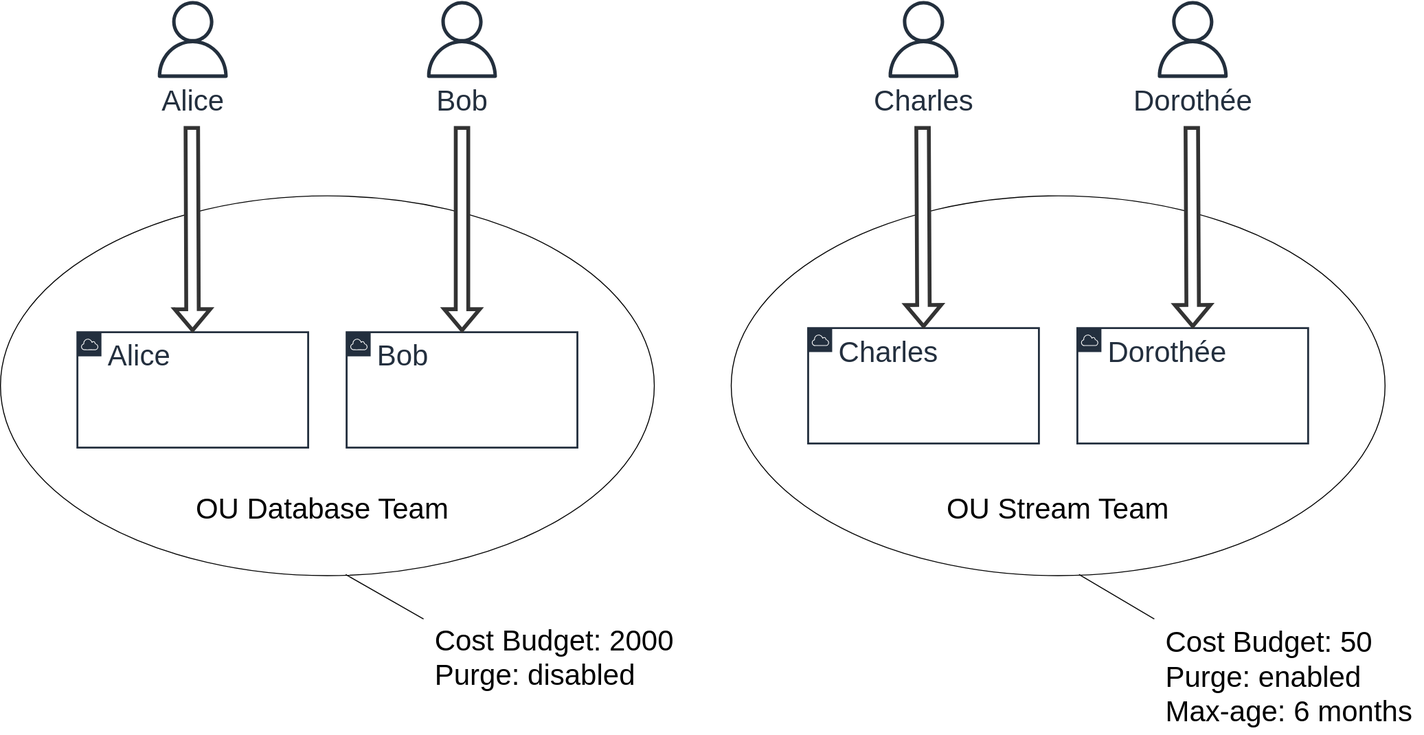
Before: media/organizational-units.svg, a diagram exported from draw.io (reply-fr/sustainable-personal-accounts). Source tidied: cells renumbered, new cells last; positions are measured from the earlier drawing's top-left corner, leaving out a move shared by most shapes.
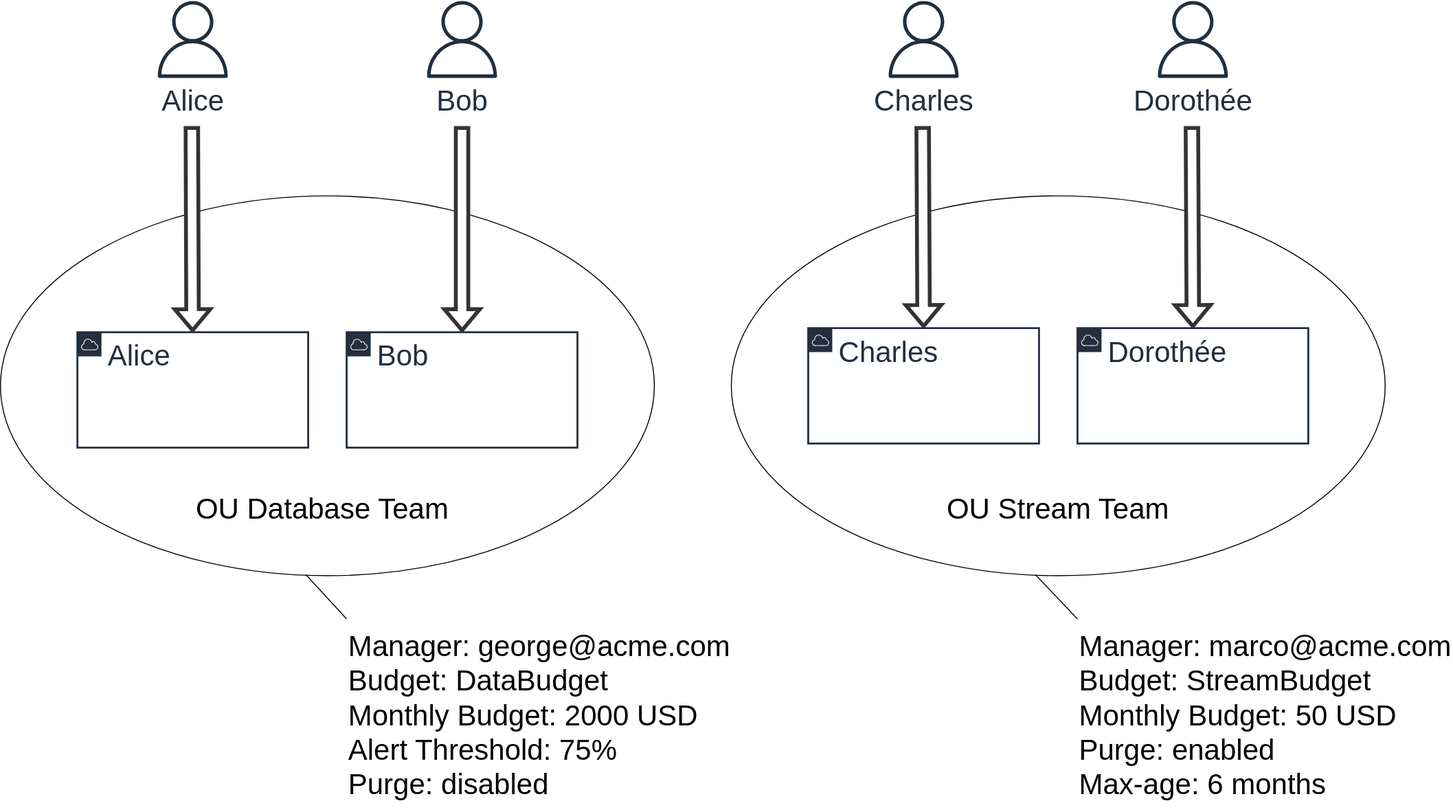
The same diagram one commit later.

Commit message:
enhance diagram on settings per organizational unit

What changed in the source:
```diff
@@ -58,10 +58,8 @@
         <mxPoint x="1239" y="130.3" as="sourcePoint" />
       </mxGeometry>
     </mxCell>
-    <mxCell id="18" style="endArrow=none;html=1;rounded=0;entryX=0.532;entryY=0.997;entryDx=0;entryDy=0;entryPerimeter=0;" parent="1" edge="1" target="2">
-      <mxGeometry relative="1" as="geometry">
-        <mxPoint x="1200" y="643" as="sourcePoint" />
-      </mxGeometry>
+    <mxCell id="18" style="endArrow=none;html=1;rounded=0;entryX=0.465;entryY=0.997;entryDx=0;entryDy=0;entryPerimeter=0;exitX=0;exitY=0;exitDx=0;exitDy=0;" parent="1" edge="1" source="22" target="2">
+      <mxGeometry relative="1" as="geometry" />
     </mxCell>
     <mxCell id="19" value="OU Database Team" style="text;html=1;strokeColor=none;fillColor=none;align=center;verticalAlign=middle;whiteSpace=wrap;rounded=0;fontSize=30;" parent="1" vertex="1">
       <mxGeometry x="160" y="513" width="350" height="30" as="geometry" />
@@ -69,15 +67,15 @@
     <mxCell id="20" value="OU Stream Team" style="text;html=1;strokeColor=none;fillColor=none;align=center;verticalAlign=middle;whiteSpace=wrap;rounded=0;fontSize=30;" parent="1" vertex="1">
       <mxGeometry x="925" y="513" width="350" height="30" as="geometry" />
     </mxCell>
-    <mxCell id="21" value="Cost Budget: 2000&lt;br&gt;Purge: disabled" style="text;html=1;strokeColor=none;fillColor=none;align=left;verticalAlign=middle;whiteSpace=wrap;rounded=0;fontSize=30;" parent="1" vertex="1">
-      <mxGeometry x="450" y="643" width="310" height="80" as="geometry" />
+    <mxCell id="21" value="Manager: george@acme.com&lt;br&gt;Budget: DataBudget&lt;br&gt;Monthly Budget: 2000&amp;nbsp;USD&lt;br&gt;Alert Threshold: 75%&lt;br&gt;Purge: disabled" style="text;html=1;strokeColor=none;fillColor=none;align=left;verticalAlign=middle;whiteSpace=wrap;rounded=0;fontSize=30;" parent="1" vertex="1">
+      <mxGeometry x="360" y="643" width="520" height="200" as="geometry" />
     </mxCell>
-    <mxCell id="22" value="Cost Budget: 50&lt;br&gt;Purge: enabled&lt;br&gt;Max-age: 6 months" style="text;html=1;strokeColor=none;fillColor=none;align=left;verticalAlign=middle;whiteSpace=wrap;rounded=0;fontSize=30;" parent="1" vertex="1">
-      <mxGeometry x="1210" y="643" width="270" height="120" as="geometry" />
+    <mxCell id="22" value="Manager: marco@acme.com&lt;br&gt;Budget: StreamBudget&lt;br&gt;Monthly Budget: 50 USD&lt;br&gt;Purge: enabled&lt;br&gt;Max-age: 6 months" style="text;html=1;strokeColor=none;fillColor=none;align=left;verticalAlign=middle;whiteSpace=wrap;rounded=0;fontSize=30;" parent="1" vertex="1">
+      <mxGeometry x="1120" y="643" width="390" height="200" as="geometry" />
     </mxCell>
-    <mxCell id="23" style="endArrow=none;html=1;rounded=0;entryX=0.528;entryY=0.997;entryDx=0;entryDy=0;entryPerimeter=0;" parent="1" edge="1" target="3">
+    <mxCell id="23" style="endArrow=none;html=1;rounded=0;entryX=0.467;entryY=0.997;entryDx=0;entryDy=0;entryPerimeter=0;" parent="1" edge="1" target="3">
       <mxGeometry relative="1" as="geometry">
-        <mxPoint x="440" y="643" as="sourcePoint" />
+        <mxPoint x="360" y="643" as="sourcePoint" />
       </mxGeometry>
     </mxCell>
   </root>
```
